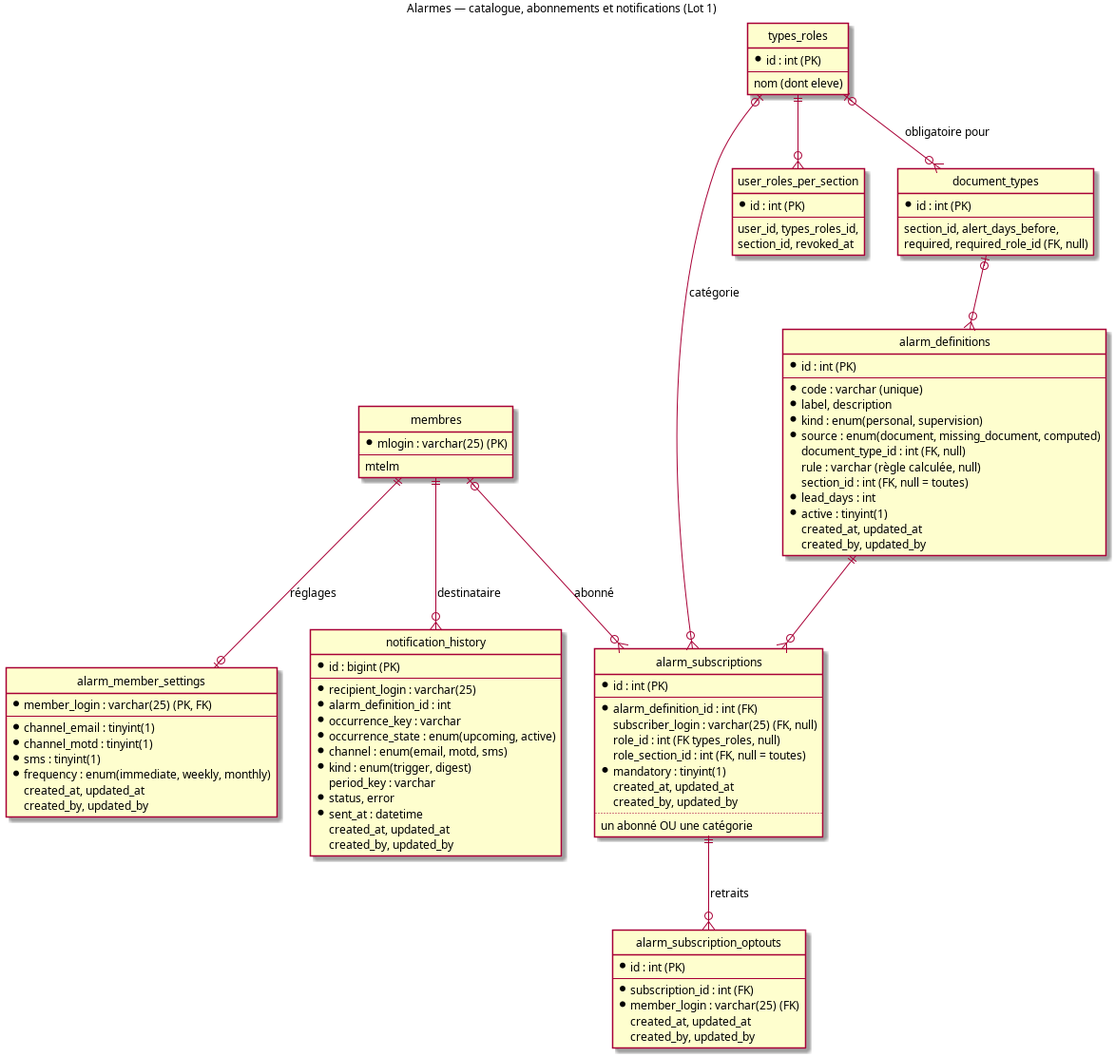
The PlantUML diagram doc/design_notes/diagrams/abonnements_alarmes.png in flub78/gvv, before a commit. Its source is kept beside it as doc/design_notes/diagrams/abonnements_alarmes.puml. Its diagram source:
```plantuml
@startuml abonnements_alarmes
skinparam backgroundColor white
skinparam defaultFontSize 12
hide circle
hide methods

title Alarmes — catalogue, abonnements et notifications (Lot 1)

entity alarm_definitions {
  * id : int (PK)
  --
  * code : varchar (unique)
  * label, description
  * kind : enum(personal, supervision)
  * source : enum(document, missing_document, computed)
  document_type_id : int (FK, null)
  rule : varchar (règle calculée, null)
  section_id : int (FK, null = toutes)
  * lead_days : int
  * active : tinyint(1)
  created_at, updated_at
  created_by, updated_by
}

entity alarm_subscriptions {
  * id : int (PK)
  --
  * alarm_definition_id : int (FK)
  subscriber_login : varchar(25) (FK, null)
  role_id : int (FK types_roles, null)
  role_section_id : int (FK, null = toutes)
  * mandatory : tinyint(1)
  created_at, updated_at
  created_by, updated_by
  ..
  un abonné OU une catégorie
}

entity alarm_subscription_optouts {
  * id : int (PK)
  --
  * subscription_id : int (FK)
  * member_login : varchar(25) (FK)
  created_at, updated_at
  created_by, updated_by
}

entity alarm_member_settings {
  * member_login : varchar(25) (PK, FK)
  --
  * channel_email : tinyint(1)
  * channel_motd : tinyint(1)
  * sms : tinyint(1)
  * frequency : enum(immediate, weekly, monthly)
  created_at, updated_at
  created_by, updated_by
}

entity notification_history {
  * id : bigint (PK)
  --
  * recipient_login : varchar(25)
  * alarm_definition_id : int
  * occurrence_key : varchar
  * occurrence_state : enum(upcoming, active)
  * channel : enum(email, motd, sms)
  * kind : enum(trigger, digest)
  period_key : varchar
  * status, error
  * sent_at : datetime
  created_at, updated_at
  created_by, updated_by
}

entity membres {
  * mlogin : varchar(25) (PK)
  --
  mtelm
}

entity types_roles {
  * id : int (PK)
  --
  nom (dont eleve)
}

entity user_roles_per_section {
  * id : int (PK)
  --
  user_id, types_roles_id,
  section_id, revoked_at
}

entity document_types {
  * id : int (PK)
  --
  section_id, alert_days_before,
  required, required_role_id (FK, null)
}

alarm_definitions ||--o{ alarm_subscriptions
document_types |o--o{ alarm_definitions
alarm_subscriptions ||--o{ alarm_subscription_optouts : retraits
membres |o--o{ alarm_subscriptions : abonné
types_roles |o--o{ alarm_subscriptions : catégorie
membres ||--o| alarm_member_settings : réglages
membres ||--o{ notification_history : destinataire
types_roles ||--o{ user_roles_per_section
types_roles |o--o{ document_types : obligatoire pour
@enduml
```
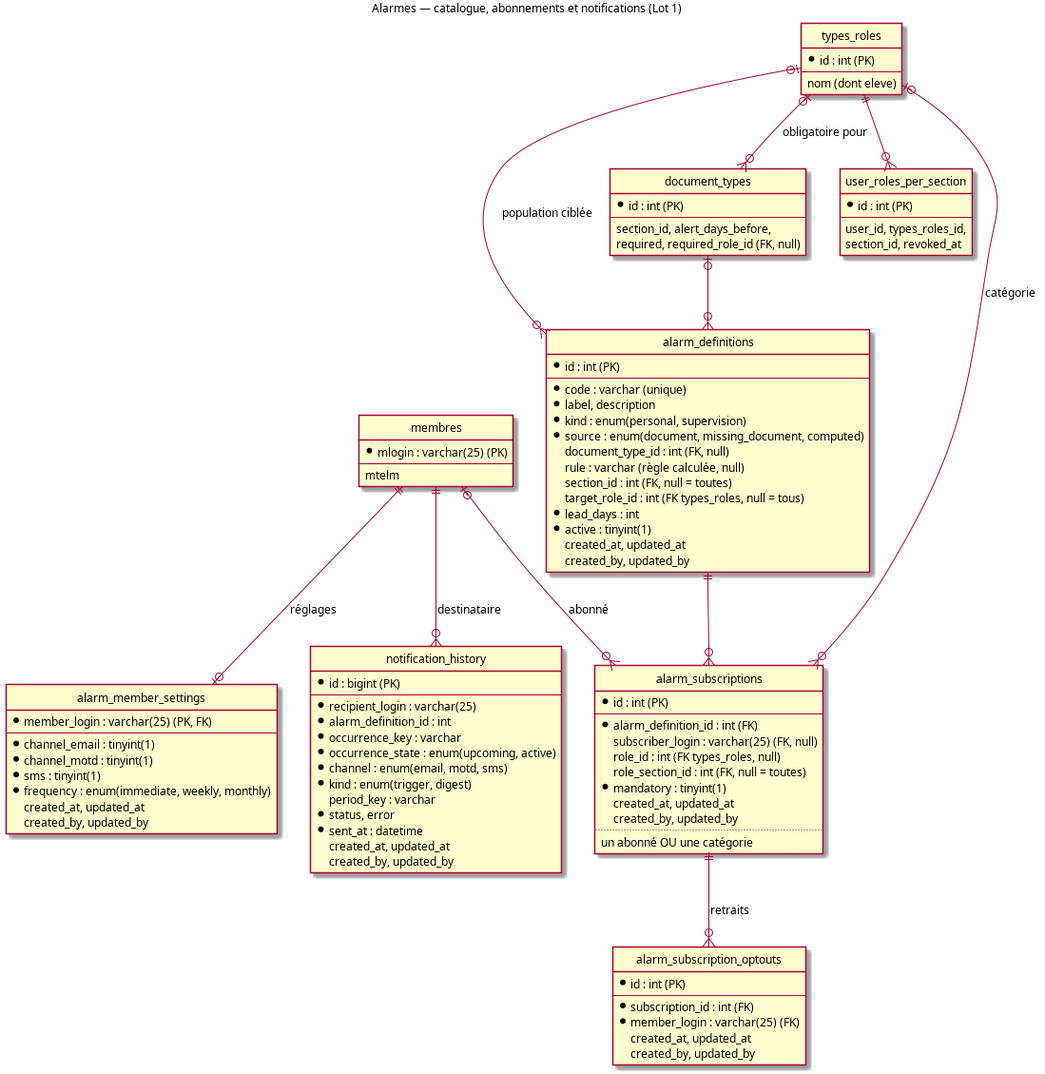
The same file after the commit.

Diff of the diagram source:
```diff
@@ -16,6 +16,7 @@
   document_type_id : int (FK, null)
   rule : varchar (règle calculée, null)
   section_id : int (FK, null = toutes)
+  target_role_id : int (FK types_roles, null = tous)
   * lead_days : int
   * active : tinyint(1)
   created_at, updated_at
@@ -107,4 +108,5 @@
 membres ||--o{ notification_history : destinataire
 types_roles ||--o{ user_roles_per_section
 types_roles |o--o{ document_types : obligatoire pour
+types_roles |o--o{ alarm_definitions : population ciblée
 @enduml
```
